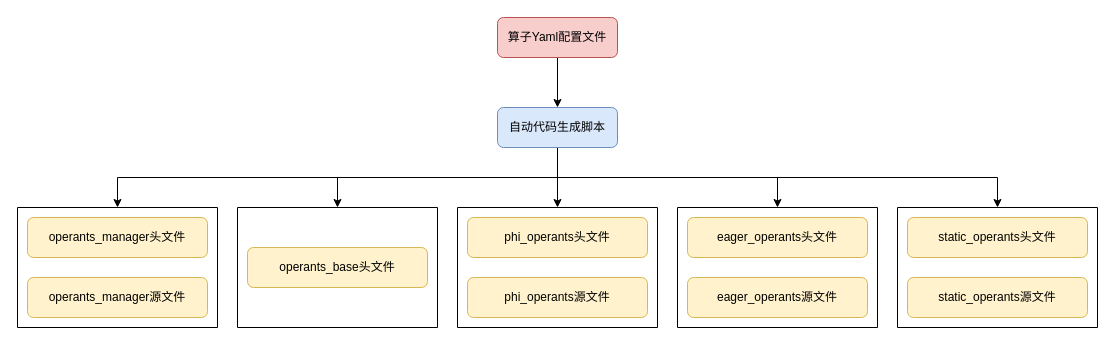
Above: operants-autogen.drawio in jiahy0825/draw.io (draw.io), before the change. Source tidied: cells renumbered, new cells numbered last; positions are measured from the earlier drawing's top-left corner, leaving out a move shared by most shapes. Both pictures are drawn from the tidied source at 100%, with x=0, y=0 at pixel (17, 17).
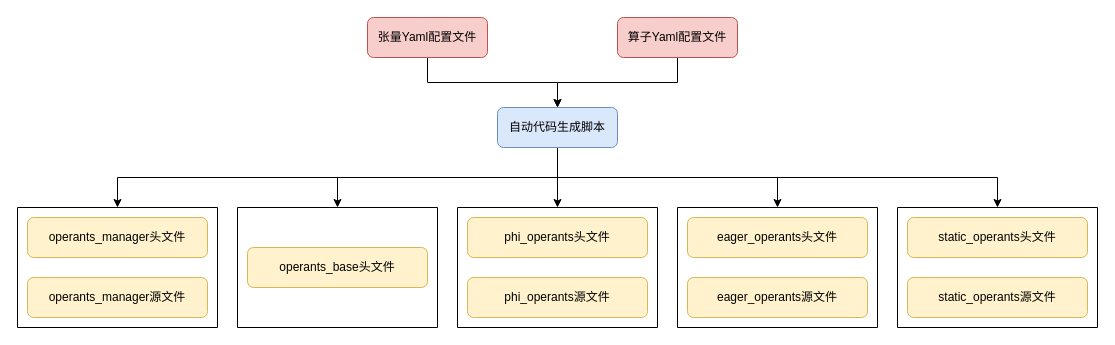
The same diagram, later.

The change refers to these unchanged cells:
```xml
<mxCell id="9" value="自动代码生成脚本" style="rounded=1;whiteSpace=wrap;html=1;fontSize=12;glass=0;strokeWidth=1;shadow=0;fillColor=#dae8fc;strokeColor=#6c8ebf;" parent="1" vertex="1">
  <mxGeometry x="480" y="90" width="120" height="40" as="geometry" />
</mxCell>
```

Diff of the diagram source:
```diff
@@
-    <mxCell id="3" value="算子Yaml配置文件" style="rounded=1;whiteSpace=wrap;html=1;fontSize=12;glass=0;strokeWidth=1;shadow=0;fillColor=#f8cecc;strokeColor=#b85450;" parent="1" vertex="1">
-      <mxGeometry x="480" width="120" height="40" as="geometry" />
+    <mxCell id="3" value="张量Yaml配置文件" style="rounded=1;whiteSpace=wrap;html=1;fontSize=12;glass=0;strokeWidth=1;shadow=0;fillColor=#f8cecc;strokeColor=#b85450;" parent="1" vertex="1">
+      <mxGeometry x="350" width="120" height="40" as="geometry" />
     </mxCell>
@@
+    <mxCell id="24" style="edgeStyle=orthogonalEdgeStyle;rounded=0;jettySize=auto;html=1;exitX=0.5;exitY=1;exitDx=0;exitDy=0;entryX=0.5;entryY=0;entryDx=0;entryDy=0;" parent="1" edge="1" source="25" target="9">
+      <mxGeometry relative="1" as="geometry" />
+    </mxCell>
+    <mxCell id="25" value="算子Yaml配置文件" style="rounded=1;whiteSpace=wrap;html=1;fontSize=12;glass=0;strokeWidth=1;shadow=0;fillColor=#f8cecc;strokeColor=#b85450;" parent="1" vertex="1">
+      <mxGeometry x="600" width="120" height="40" as="geometry" />
+    </mxCell>
```
